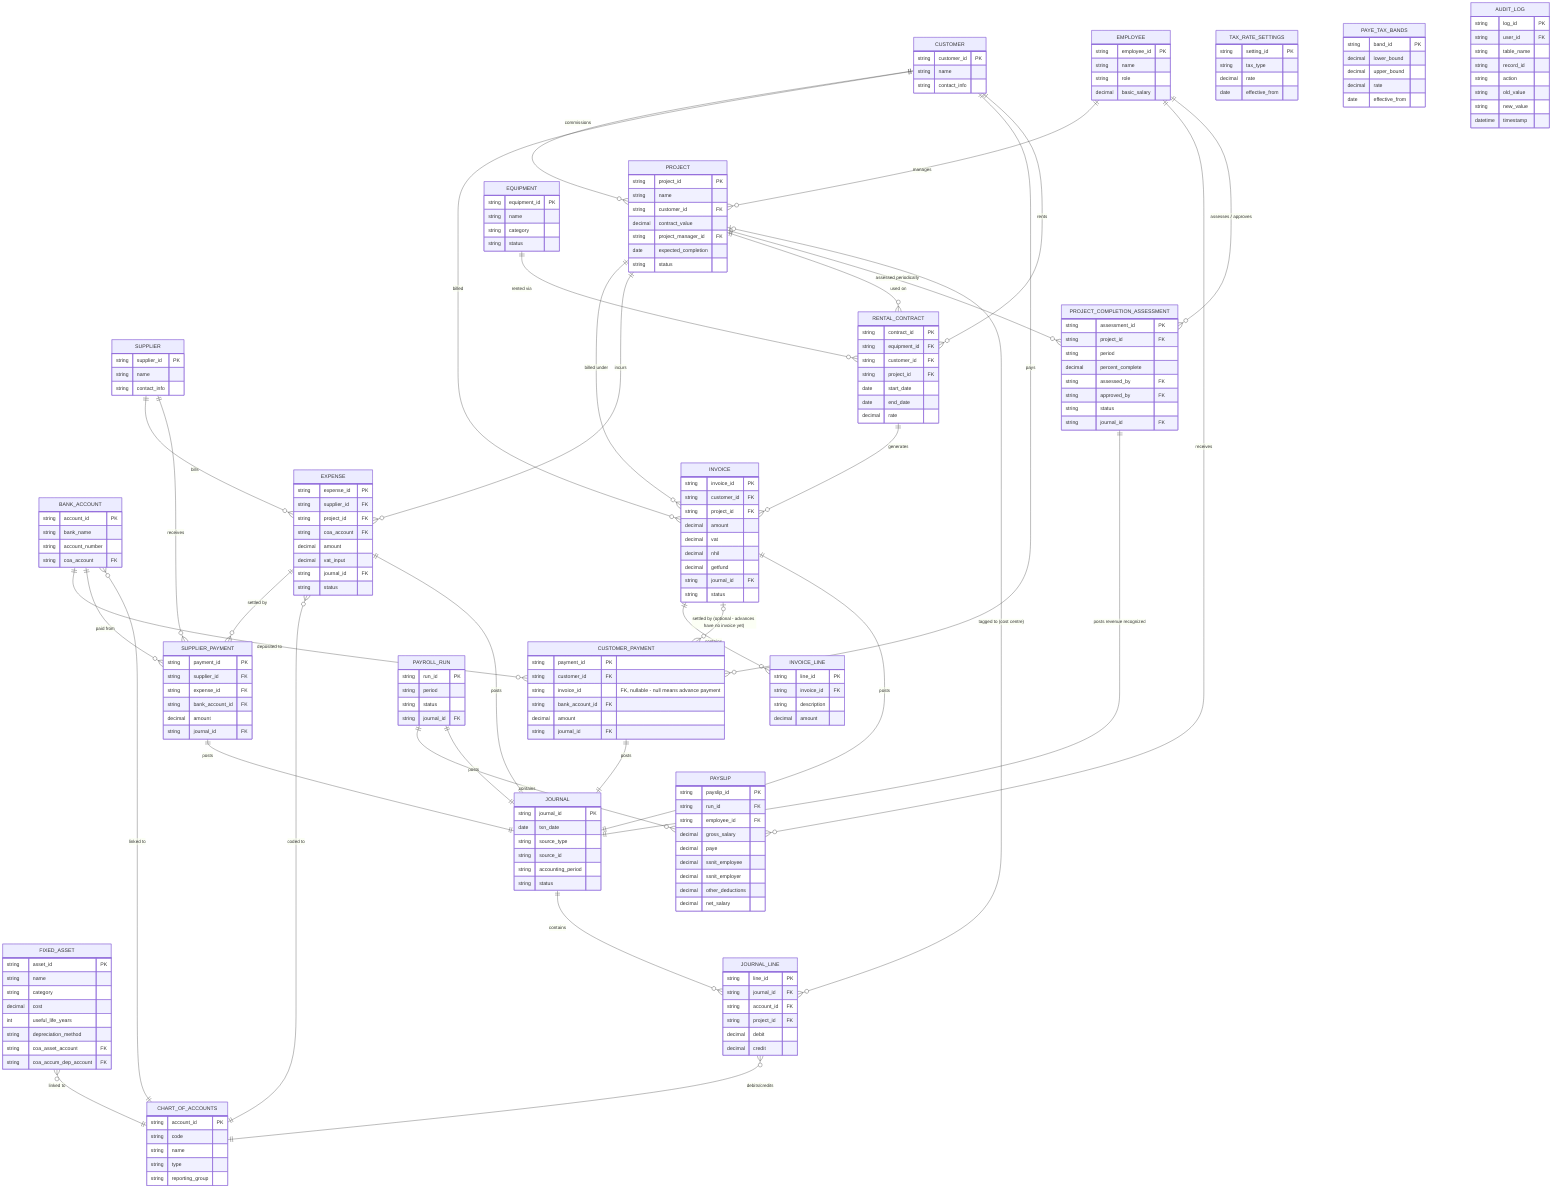
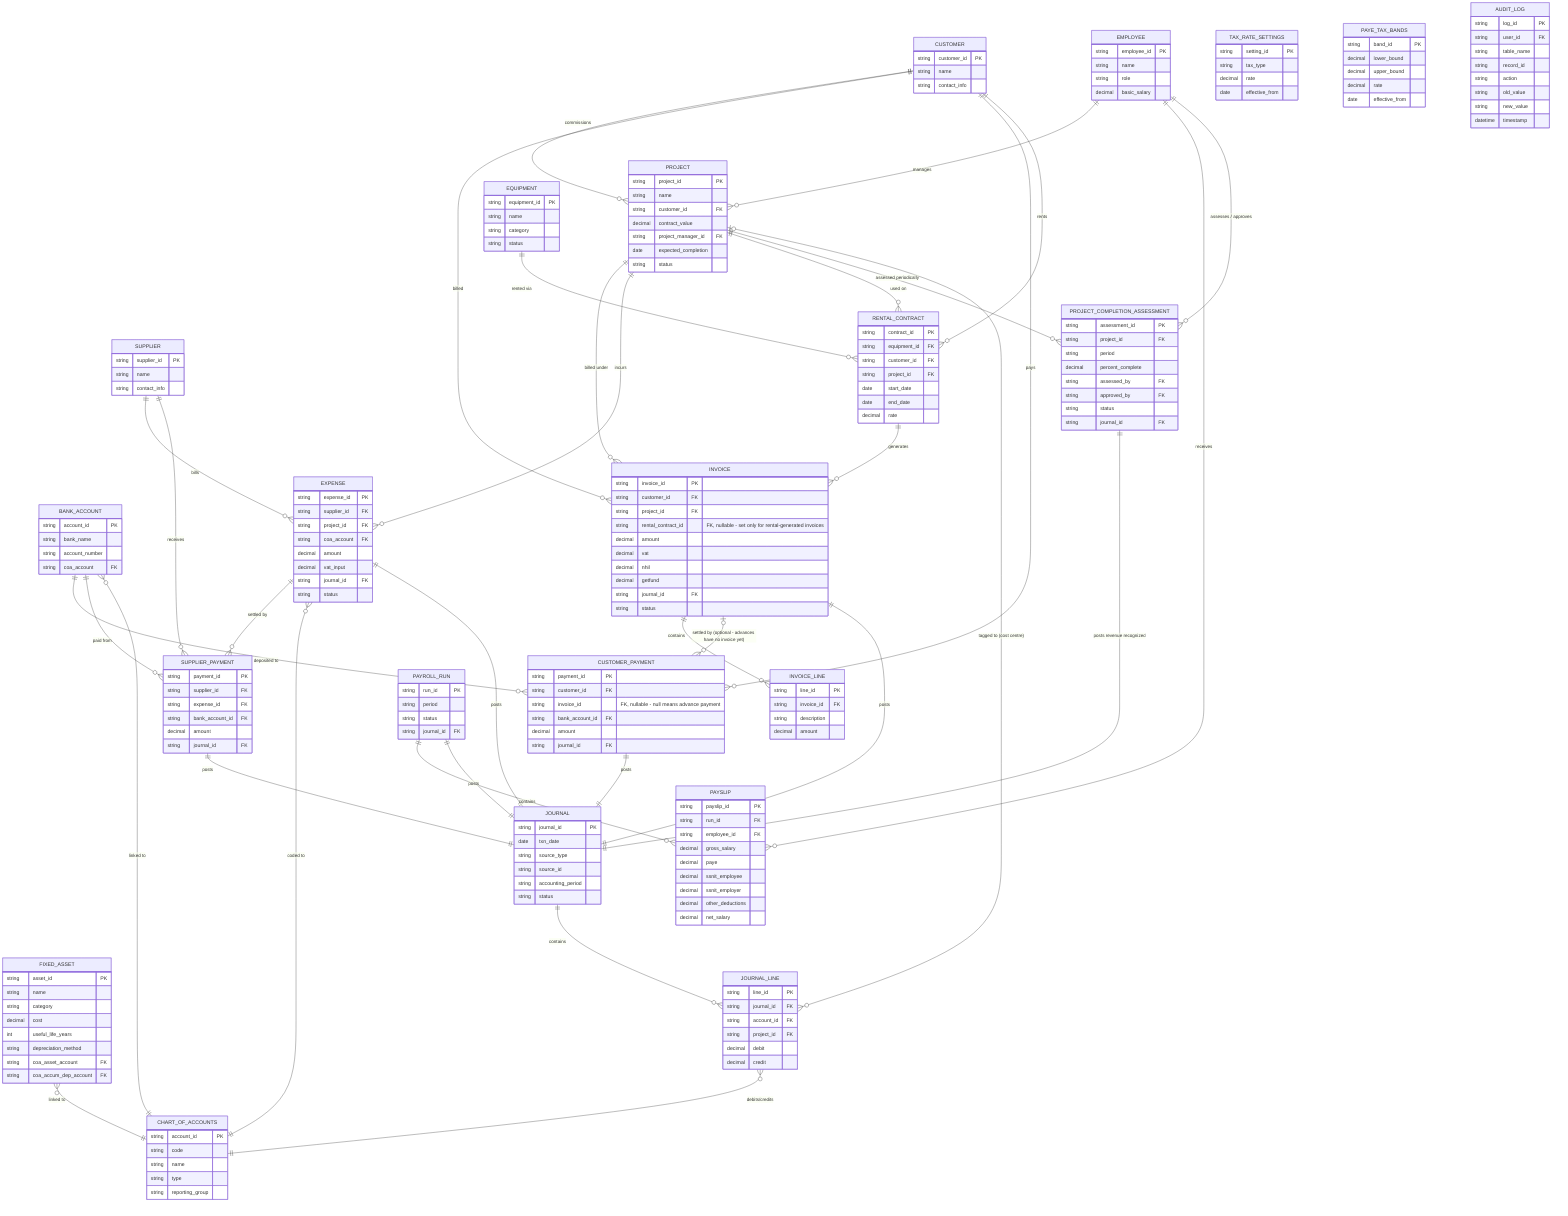
erDiagram
    CUSTOMER {
        string customer_id PK
        string name
        string contact_info
    }

    SUPPLIER {
        string supplier_id PK
        string name
        string contact_info
    }

    EMPLOYEE {
        string employee_id PK
        string name
        string role
        decimal basic_salary
    }

    PROJECT {
        string project_id PK
        string name
        string customer_id FK
        decimal contract_value
        string project_manager_id FK
        date expected_completion
        string status
    }

    EQUIPMENT {
        string equipment_id PK
        string name
        string category
        string status
    }

    FIXED_ASSET {
        string asset_id PK
        string name
        string category
        decimal cost
        int useful_life_years
        string depreciation_method
        string coa_asset_account FK
        string coa_accum_dep_account FK
    }

    BANK_ACCOUNT {
        string account_id PK
        string bank_name
        string account_number
        string coa_account FK
    }

    CHART_OF_ACCOUNTS {
        string account_id PK
        string code
        string name
        string type
        string reporting_group
    }

    INVOICE {
        string invoice_id PK
        string customer_id FK
        string project_id FK
+         string rental_contract_id "FK, nullable - set only for rental-generated invoices"
        decimal amount
        decimal vat
        decimal nhil
        decimal getfund
        string journal_id FK
        string status
    }

    INVOICE_LINE {
        string line_id PK
        string invoice_id FK
        string description
        decimal amount
    }

    CUSTOMER_PAYMENT {
        string payment_id PK
        string customer_id FK
        string invoice_id "FK, nullable - null means advance payment"
        string bank_account_id FK
        decimal amount
        string journal_id FK
    }

    EXPENSE {
        string expense_id PK
        string supplier_id FK
        string project_id FK
        string coa_account FK
        decimal amount
        decimal vat_input
        string journal_id FK
        string status
    }

    SUPPLIER_PAYMENT {
        string payment_id PK
        string supplier_id FK
        string expense_id FK
        string bank_account_id FK
        decimal amount
        string journal_id FK
    }

    RENTAL_CONTRACT {
        string contract_id PK
        string equipment_id FK
        string customer_id FK
        string project_id FK
        date start_date
        date end_date
        decimal rate
    }

    PAYROLL_RUN {
        string run_id PK
        string period
        string status
        string journal_id FK
    }

    PAYSLIP {
        string payslip_id PK
        string run_id FK
        string employee_id FK
        decimal gross_salary
        decimal paye
        decimal ssnit_employee
        decimal ssnit_employer
        decimal other_deductions
        decimal net_salary
    }

    JOURNAL {
        string journal_id PK
        date txn_date
        string source_type
        string source_id
        string accounting_period
        string status
    }

    JOURNAL_LINE {
        string line_id PK
        string journal_id FK
        string account_id FK
        string project_id FK
        decimal debit
        decimal credit
    }

    PROJECT_COMPLETION_ASSESSMENT {
        string assessment_id PK
        string project_id FK
        string period
        decimal percent_complete
        string assessed_by FK
        string approved_by FK
        string status
        string journal_id FK
    }

    TAX_RATE_SETTINGS {
        string setting_id PK
        string tax_type
        decimal rate
        date effective_from
    }

    PAYE_TAX_BANDS {
        string band_id PK
        decimal lower_bound
        decimal upper_bound
        decimal rate
        date effective_from
    }

    AUDIT_LOG {
        string log_id PK
        string user_id FK
        string table_name
        string record_id
        string action
        string old_value
        string new_value
        datetime timestamp
    }

    CUSTOMER ||--o{ PROJECT : commissions
    EMPLOYEE ||--o{ PROJECT : manages
    CUSTOMER ||--o{ INVOICE : billed
    PROJECT ||--o{ INVOICE : "billed under"
    INVOICE ||--o{ INVOICE_LINE : contains
    INVOICE |o--o{ CUSTOMER_PAYMENT : "settled by (optional - advances have no invoice yet)"
    CUSTOMER ||--o{ CUSTOMER_PAYMENT : pays
    BANK_ACCOUNT ||--o{ CUSTOMER_PAYMENT : "deposited to"

    SUPPLIER ||--o{ EXPENSE : bills
    PROJECT ||--o{ EXPENSE : incurs
    EXPENSE ||--o{ SUPPLIER_PAYMENT : "settled by"
    SUPPLIER ||--o{ SUPPLIER_PAYMENT : receives
    BANK_ACCOUNT ||--o{ SUPPLIER_PAYMENT : "paid from"

    EQUIPMENT ||--o{ RENTAL_CONTRACT : "rented via"
    CUSTOMER ||--o{ RENTAL_CONTRACT : rents
    PROJECT ||--o{ RENTAL_CONTRACT : "used on"
    RENTAL_CONTRACT ||--o{ INVOICE : generates

    PAYROLL_RUN ||--o{ PAYSLIP : contains
    EMPLOYEE ||--o{ PAYSLIP : receives

    PROJECT ||--o{ PROJECT_COMPLETION_ASSESSMENT : "assessed periodically"
    EMPLOYEE ||--o{ PROJECT_COMPLETION_ASSESSMENT : "assesses / approves"
    PROJECT_COMPLETION_ASSESSMENT ||--|| JOURNAL : "posts revenue recognized"

    FIXED_ASSET }o--|| CHART_OF_ACCOUNTS : "linked to"
    BANK_ACCOUNT }o--|| CHART_OF_ACCOUNTS : "linked to"
    EXPENSE }o--|| CHART_OF_ACCOUNTS : "coded to"

    INVOICE ||--|| JOURNAL : posts
    EXPENSE ||--|| JOURNAL : posts
    CUSTOMER_PAYMENT ||--|| JOURNAL : posts
    SUPPLIER_PAYMENT ||--|| JOURNAL : posts
    PAYROLL_RUN ||--|| JOURNAL : posts

    JOURNAL ||--o{ JOURNAL_LINE : contains
    JOURNAL_LINE }o--|| CHART_OF_ACCOUNTS : "debits/credits"
    JOURNAL_LINE }o--o| PROJECT : "tagged to (cost centre)"
